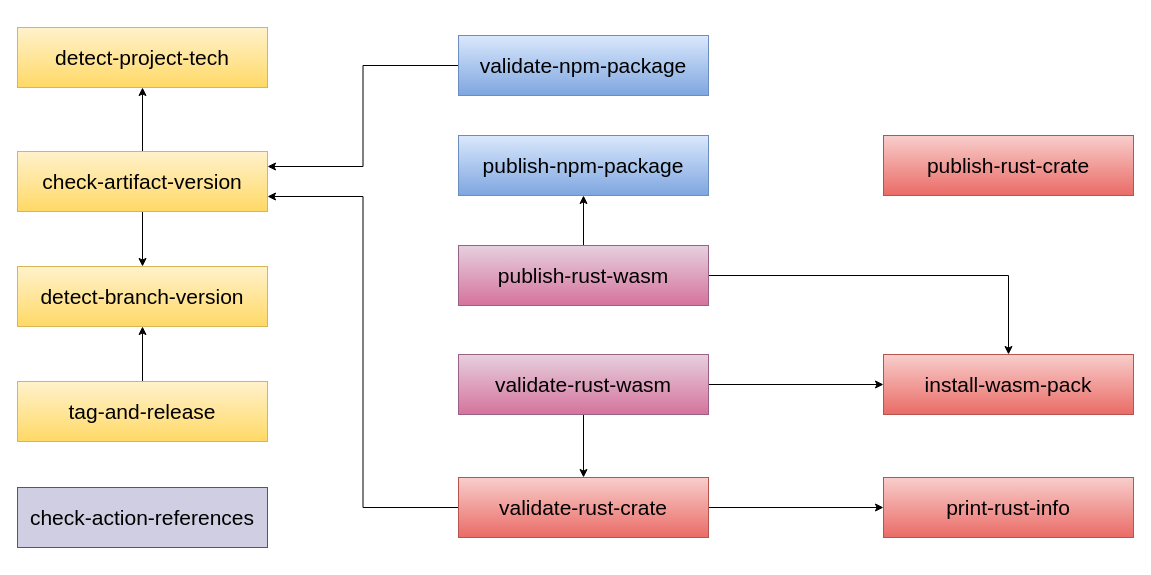
This is docs/actions.drawio from giancosta86/aurora-github, a draw.io file, before an edit. Source tidied: cells renumbered, new cells numbered last; positions are measured from the earlier drawing's top-left corner, leaving out a move shared by most shapes. Both pictures are drawn from the tidied source at 100%, with x=0, y=0 at pixel (17, 27).
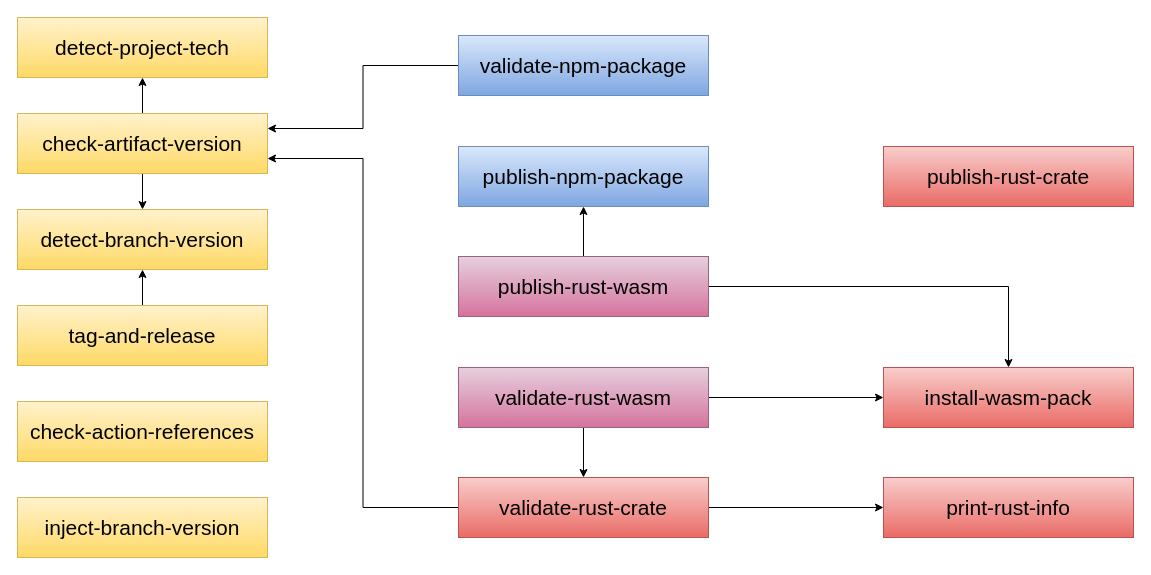
The same page after the edit.

The edit, as a diff of the source:
```diff
@@
     <mxCell id="2" value="&lt;font color=&quot;#000000&quot; style=&quot;font-size: 21px;&quot;&gt;detect-project-tech&lt;/font&gt;" style="rounded=0;whiteSpace=wrap;html=1;fillColor=#fff2cc;gradientColor=#ffd966;strokeColor=#d6b656;fontSize=21;" parent="1" vertex="1">
-      <mxGeometry width="250" height="60" as="geometry" />
+      <mxGeometry y="-10" width="250" height="60" as="geometry" />
     </mxCell>
     <mxCell id="3" value="&lt;font color=&quot;#000000&quot; style=&quot;font-size: 21px;&quot;&gt;install-wasm-pack&lt;/font&gt;" style="rounded=0;whiteSpace=wrap;html=1;fillColor=#f8cecc;gradientColor=#ea6b66;strokeColor=#b85450;fontSize=21;" parent="1" vertex="1">
-      <mxGeometry x="866" y="327" width="250" height="60" as="geometry" />
+      <mxGeometry x="866" y="340" width="250" height="60" as="geometry" />
     </mxCell>
@@
     <mxCell id="5" value="&lt;font color=&quot;#000000&quot; style=&quot;font-size: 21px;&quot;&gt;detect-branch-version&lt;/font&gt;" style="rounded=0;whiteSpace=wrap;html=1;fillColor=#fff2cc;gradientColor=#ffd966;strokeColor=#d6b656;fontSize=21;" parent="1" vertex="1">
-      <mxGeometry y="239" width="250" height="60" as="geometry" />
+      <mxGeometry y="182" width="250" height="60" as="geometry" />
     </mxCell>
@@
     <mxCell id="8" value="&lt;font color=&quot;#000000&quot; style=&quot;font-size: 21px;&quot;&gt;check-artifact-version&lt;/font&gt;" style="rounded=0;whiteSpace=wrap;html=1;fillColor=#fff2cc;gradientColor=#ffd966;strokeColor=#d6b656;fontSize=21;" parent="1" vertex="1">
-      <mxGeometry y="124" width="250" height="60" as="geometry" />
+      <mxGeometry y="86" width="250" height="60" as="geometry" />
     </mxCell>
@@
     <mxCell id="10" value="&lt;font color=&quot;#000000&quot; style=&quot;font-size: 21px;&quot;&gt;tag-and-release&lt;/font&gt;" style="rounded=0;whiteSpace=wrap;html=1;fillColor=#fff2cc;gradientColor=#ffd966;strokeColor=#d6b656;fontSize=21;" parent="1" vertex="1">
-      <mxGeometry y="354" width="250" height="60" as="geometry" />
+      <mxGeometry y="278" width="250" height="60" as="geometry" />
     </mxCell>
@@
     <mxCell id="14" value="&lt;font color=&quot;#000000&quot; style=&quot;font-size: 21px;&quot;&gt;publish-rust-crate&lt;/font&gt;" style="rounded=0;whiteSpace=wrap;html=1;fillColor=#f8cecc;gradientColor=#ea6b66;strokeColor=#b85450;fontSize=21;" parent="1" vertex="1">
-      <mxGeometry x="866" y="108" width="250" height="60" as="geometry" />
+      <mxGeometry x="866" y="119" width="250" height="60" as="geometry" />
     </mxCell>
@@
     <mxCell id="17" value="&lt;font color=&quot;#000000&quot; style=&quot;font-size: 21px;&quot;&gt;publish-npm-package&lt;/font&gt;" style="rounded=0;whiteSpace=wrap;html=1;fillColor=#dae8fc;gradientColor=#7ea6e0;strokeColor=#6c8ebf;fontSize=21;" parent="1" vertex="1">
-      <mxGeometry x="441" y="108" width="250" height="60" as="geometry" />
+      <mxGeometry x="441" y="119" width="250" height="60" as="geometry" />
     </mxCell>
@@
     <mxCell id="20" value="&lt;font color=&quot;#000000&quot; style=&quot;font-size: 21px;&quot;&gt;validate-rust-wasm&lt;/font&gt;" style="rounded=0;whiteSpace=wrap;html=1;fillColor=#e6d0de;strokeColor=#996185;gradientColor=#d5739d;fontSize=21;" parent="1" vertex="1">
-      <mxGeometry x="441" y="327" width="250" height="60" as="geometry" />
+      <mxGeometry x="441" y="340" width="250" height="60" as="geometry" />
     </mxCell>
-    <mxCell id="21" value="&lt;font color=&quot;#000000&quot; style=&quot;font-size: 21px;&quot;&gt;check-action-references&lt;/font&gt;" style="rounded=0;whiteSpace=wrap;html=1;fillColor=#d0cee2;strokeColor=#56517e;fontSize=21;" parent="1" vertex="1">
-      <mxGeometry y="460" width="250" height="60" as="geometry" />
+    <mxCell id="21" value="&lt;font color=&quot;#000000&quot; style=&quot;font-size: 21px;&quot;&gt;check-action-references&lt;/font&gt;" style="rounded=0;whiteSpace=wrap;html=1;fillColor=#fff2cc;strokeColor=#d6b656;fontSize=21;gradientColor=#ffd966;" parent="1" vertex="1">
+      <mxGeometry y="374" width="250" height="60" as="geometry" />
     </mxCell>
@@
     <mxCell id="24" value="&lt;font color=&quot;#000000&quot; style=&quot;font-size: 21px;&quot;&gt;publish-rust-wasm&lt;/font&gt;" style="rounded=0;whiteSpace=wrap;html=1;fillColor=#e6d0de;strokeColor=#996185;gradientColor=#d5739d;fontSize=21;" parent="1" vertex="1">
-      <mxGeometry x="441" y="218" width="250" height="60" as="geometry" />
+      <mxGeometry x="441" y="229" width="250" height="60" as="geometry" />
     </mxCell>
+    <mxCell id="25" value="&lt;font color=&quot;#000000&quot; style=&quot;font-size: 21px;&quot;&gt;inject-branch-version&lt;/font&gt;" style="rounded=0;whiteSpace=wrap;html=1;fillColor=#fff2cc;strokeColor=#d6b656;fontSize=21;gradientColor=#ffd966;" parent="1" vertex="1">
+      <mxGeometry y="470" width="250" height="60" as="geometry" />
+    </mxCell>
```
